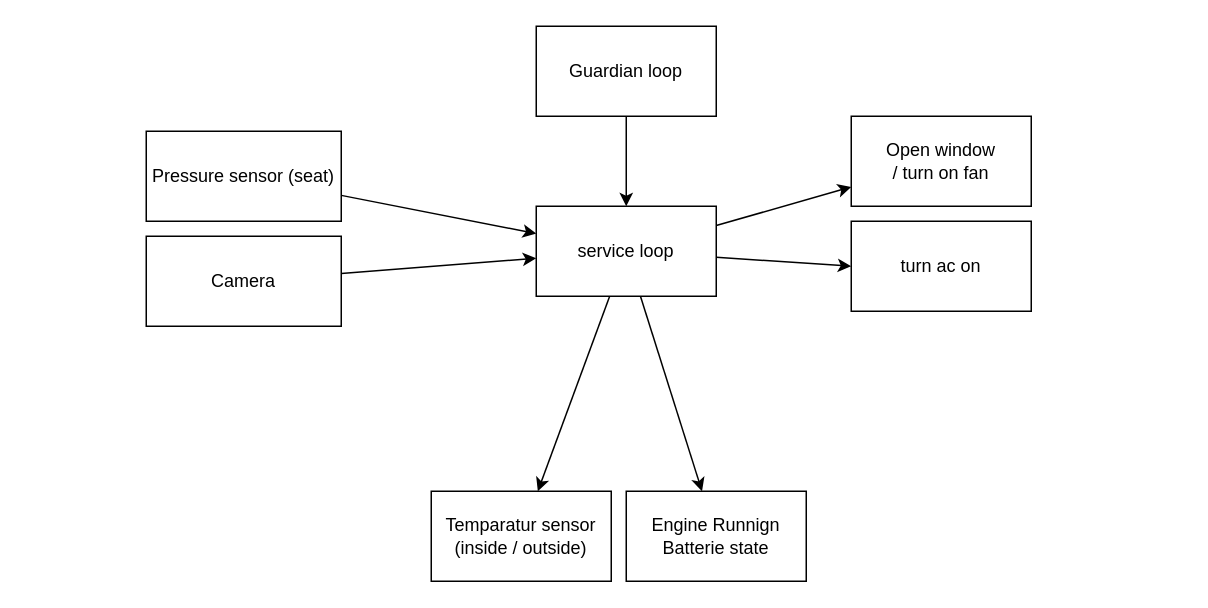
This is page "Original sketch" (2 of 2) of docs/structure.drawio from Eclipse-SDV-Hackathon-Chapter-Four/Bare-Metal-Mafia, a draw.io file, before an edit. Source tidied: cells renumbered, new cells numbered last; positions are measured from the earlier drawing's top-left corner, leaving out a move shared by most shapes. Both pictures are drawn from the tidied source at 150%, with x=0, y=0 at pixel (146, 26).
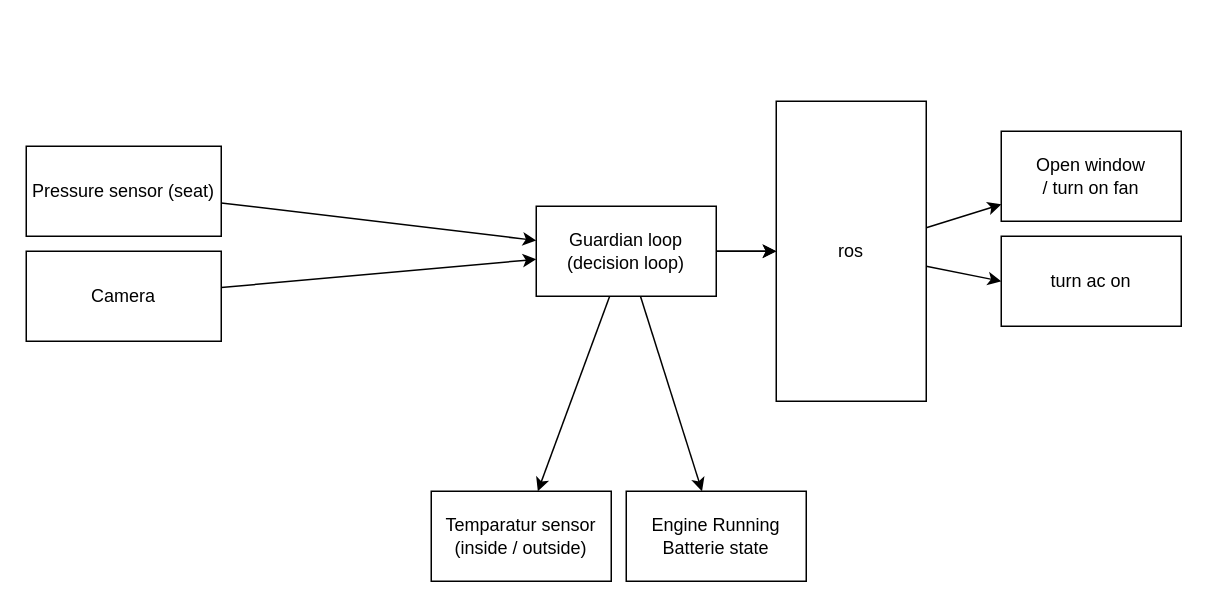
The same page after the edit.

Change to the diagram source:
```diff
@@
 <mxGraphModel>
   <root>
     <mxCell id="0" />
     <mxCell id="1" parent="0" />
-    <mxCell id="2" style="edgeStyle=none;html=1;" parent="1" edge="1" source="3" target="8">
-      <mxGeometry relative="1" as="geometry" />
-    </mxCell>
-    <mxCell id="3" value="Guardian loop" style="whiteSpace=wrap;html=1;" parent="1" vertex="1">
-      <mxGeometry x="260" width="120" height="60" as="geometry" />
-    </mxCell>
     <mxCell id="4" style="edgeStyle=none;html=1;" parent="1" edge="1" source="8" target="11">
       <mxGeometry relative="1" as="geometry" />
     </mxCell>
     <mxCell id="5" style="edgeStyle=none;html=1;" parent="1" edge="1" source="8" target="16">
       <mxGeometry relative="1" as="geometry" />
     </mxCell>
-    <mxCell id="6" style="edgeStyle=none;html=1;" parent="1" edge="1" source="8" target="14">
+    <mxCell id="6" style="edgeStyle=none;html=1;" parent="1" edge="1" source="19" target="14">
       <mxGeometry relative="1" as="geometry" />
     </mxCell>
-    <mxCell id="7" style="edgeStyle=none;html=1;entryX=0;entryY=0.5;entryDx=0;entryDy=0;" parent="1" edge="1" source="8" target="15">
+    <mxCell id="7" style="edgeStyle=none;html=1;entryX=0;entryY=0.5;entryDx=0;entryDy=0;" parent="1" edge="1" source="19" target="15">
       <mxGeometry relative="1" as="geometry" />
     </mxCell>
-    <mxCell id="8" value="service loop" style="whiteSpace=wrap;html=1;" parent="1" vertex="1">
+    <mxCell id="8" value="&lt;div&gt;&lt;span style=&quot;color: rgb(0, 0, 0);&quot;&gt;Guardian loop&lt;/span&gt;&lt;/div&gt;(decision loop)" style="whiteSpace=wrap;html=1;" parent="1" vertex="1">
       <mxGeometry x="260" y="120" width="120" height="60" as="geometry" />
     </mxCell>
     <mxCell id="9" style="edgeStyle=none;html=1;" parent="1" edge="1" source="10" target="8">
       <mxGeometry relative="1" as="geometry" />
     </mxCell>
     <mxCell id="10" value="Pressure sensor (seat)" style="whiteSpace=wrap;html=1;" parent="1" vertex="1">
-      <mxGeometry y="70" width="130" height="60" as="geometry" />
+      <mxGeometry x="-80" y="80" width="130" height="60" as="geometry" />
     </mxCell>
     <mxCell id="11" value="Temparatur sensor&lt;div&gt;(inside / outside)&lt;/div&gt;" style="whiteSpace=wrap;html=1;" parent="1" vertex="1">
       <mxGeometry x="190" y="310" width="120" height="60" as="geometry" />
     </mxCell>
     <mxCell id="12" style="edgeStyle=none;html=1;" parent="1" edge="1" source="13" target="8">
       <mxGeometry relative="1" as="geometry" />
     </mxCell>
     <mxCell id="13" value="Camera" style="whiteSpace=wrap;html=1;" parent="1" vertex="1">
-      <mxGeometry y="140" width="130" height="60" as="geometry" />
+      <mxGeometry x="-80" y="150" width="130" height="60" as="geometry" />
     </mxCell>
     <mxCell id="14" value="Open window&lt;div&gt;/ turn on fan&lt;/div&gt;" style="whiteSpace=wrap;html=1;" parent="1" vertex="1">
-      <mxGeometry x="470" y="60" width="120" height="60" as="geometry" />
+      <mxGeometry x="570" y="70" width="120" height="60" as="geometry" />
     </mxCell>
     <mxCell id="15" value="turn ac on" style="whiteSpace=wrap;html=1;" parent="1" vertex="1">
-      <mxGeometry x="470" y="130" width="120" height="60" as="geometry" />
+      <mxGeometry x="570" y="140" width="120" height="60" as="geometry" />
     </mxCell>
-    <mxCell id="16" value="Engine Runnign&lt;div&gt;Batterie state&lt;/div&gt;" style="whiteSpace=wrap;html=1;" parent="1" vertex="1">
+    <mxCell id="16" value="Engine Running&lt;div&gt;Batterie state&lt;/div&gt;" style="whiteSpace=wrap;html=1;" parent="1" vertex="1">
       <mxGeometry x="320" y="310" width="120" height="60" as="geometry" />
     </mxCell>
+    <mxCell id="17" style="edgeStyle=none;html=1;entryX=0;entryY=0.5;entryDx=0;entryDy=0;" parent="1" edge="1" source="8" target="19">
+      <mxGeometry relative="1" as="geometry" />
+    </mxCell>
+    <mxCell id="18" style="edgeStyle=none;html=1;" parent="1" edge="1" source="8" target="19">
+      <mxGeometry relative="1" as="geometry" />
+    </mxCell>
+    <mxCell id="19" value="ros" style="whiteSpace=wrap;html=1;" parent="1" vertex="1">
+      <mxGeometry x="420" y="50" width="100" height="200" as="geometry" />
+    </mxCell>
   </root>
 </mxGraphModel>
```
